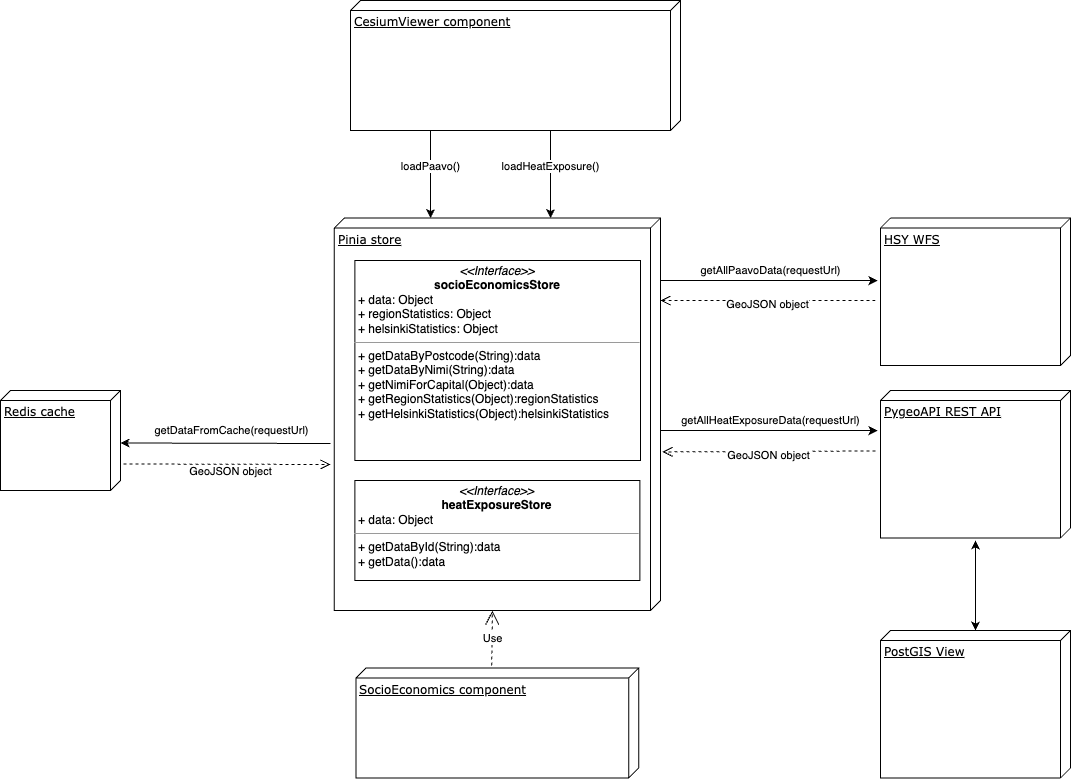
Before: docs/SocioEconomicsChart/SocioEconomics component diagram.png, a diagram exported from draw.io (ForumViriumHelsinki/R4C-Cesium-Viewer). Source tidied: cells renumbered, new cells last; positions are measured from the earlier drawing's top-left corner, leaving out a move shared by most shapes. The source it was exported from:
```xml
<mxGraphModel>
  <root>
    <mxCell id="0" />
    <mxCell id="1" parent="0" />
    <mxCell id="2" value="HSY WFS" style="verticalAlign=top;align=left;spacingTop=8;spacingLeft=2;spacingRight=12;shape=cube;size=10;direction=south;fontStyle=4;html=1;rounded=0;shadow=0;comic=0;labelBackgroundColor=none;strokeWidth=1;fontFamily=Verdana;fontSize=12;" parent="1" vertex="1">
      <mxGeometry x="880" y="217.5" width="190" height="147.5" as="geometry" />
    </mxCell>
    <mxCell id="3" value="CesiumViewer component" style="verticalAlign=top;align=left;spacingTop=8;spacingLeft=2;spacingRight=12;shape=cube;size=10;direction=south;fontStyle=4;html=1;rounded=0;shadow=0;comic=0;labelBackgroundColor=none;strokeWidth=1;fontFamily=Verdana;fontSize=12;" parent="1" vertex="1">
      <mxGeometry x="350" width="330" height="130" as="geometry" />
    </mxCell>
    <mxCell id="4" value="Pinia store" style="verticalAlign=top;align=left;spacingTop=8;spacingLeft=2;spacingRight=12;shape=cube;size=10;direction=south;fontStyle=4;html=1;rounded=0;shadow=0;comic=0;labelBackgroundColor=none;strokeWidth=1;fontFamily=Verdana;fontSize=12;" parent="1" vertex="1">
      <mxGeometry x="333.8" y="217.5" width="326.2" height="392.5" as="geometry" />
    </mxCell>
    <mxCell id="5" value="Redis cache" style="verticalAlign=top;align=left;spacingTop=8;spacingLeft=2;spacingRight=12;shape=cube;size=10;direction=south;fontStyle=4;html=1;rounded=0;shadow=0;comic=0;labelBackgroundColor=none;strokeWidth=1;fontFamily=Verdana;fontSize=12;" parent="1" vertex="1">
      <mxGeometry y="390" width="120" height="100" as="geometry" />
    </mxCell>
    <mxCell id="6" value="&lt;p style=&quot;margin:0px;margin-top:4px;text-align:center;&quot;&gt;&lt;i&gt;&amp;lt;&amp;lt;Interface&amp;gt;&amp;gt;&lt;/i&gt;&lt;br&gt;&lt;/p&gt;&lt;div style=&quot;text-align: center;&quot;&gt;&lt;b&gt;socioEconomicsStore&lt;/b&gt;&lt;/div&gt;&lt;p style=&quot;margin:0px;margin-left:4px;&quot;&gt;+&amp;nbsp;data&lt;span style=&quot;background-color: initial;&quot;&gt;: Object&lt;/span&gt;&lt;/p&gt;&lt;p style=&quot;margin:0px;margin-left:4px;&quot;&gt;+&amp;nbsp;regionStatistics&lt;span style=&quot;background-color: initial;&quot;&gt;: Object&lt;/span&gt;&lt;/p&gt;&lt;p style=&quot;border-color: var(--border-color); margin: 0px 0px 0px 4px;&quot;&gt;+&amp;nbsp;helsinkiStatistics&lt;span style=&quot;background-color: initial;&quot;&gt;: Object&lt;/span&gt;&lt;/p&gt;&lt;hr size=&quot;1&quot;&gt;&lt;p style=&quot;margin:0px;margin-left:4px;&quot;&gt;+&amp;nbsp;getDataByPostcode&lt;span style=&quot;background-color: initial;&quot;&gt;(String):data&lt;/span&gt;&lt;/p&gt;&lt;p style=&quot;margin:0px;margin-left:4px;&quot;&gt;+&amp;nbsp;getDataByNimi&lt;span style=&quot;background-color: initial;&quot;&gt;(String):data&lt;/span&gt;&lt;/p&gt;&lt;p style=&quot;margin:0px;margin-left:4px;&quot;&gt;+&amp;nbsp;getNimiForCapital&lt;span style=&quot;background-color: initial;&quot;&gt;(Object):data&lt;/span&gt;&lt;/p&gt;&lt;p style=&quot;border-color: var(--border-color); margin: 0px 0px 0px 4px;&quot;&gt;+&amp;nbsp;getRegionStatistics&lt;span style=&quot;background-color: initial;&quot;&gt;(Object):&lt;/span&gt;regionStatistics&lt;/p&gt;&lt;p style=&quot;border-color: var(--border-color); margin: 0px 0px 0px 4px;&quot;&gt;+&amp;nbsp;getHelsinkiStatistics&lt;span style=&quot;background-color: initial;&quot;&gt;(Object):helsinkiStatistics&lt;/span&gt;&lt;/p&gt;&lt;div&gt;&lt;span style=&quot;border-color: var(--border-color); background-color: initial;&quot;&gt;&lt;br&gt;&lt;/span&gt;&lt;/div&gt;&lt;p style=&quot;margin:0px;margin-left:4px;&quot;&gt;&lt;span style=&quot;background-color: initial;&quot;&gt;&lt;br&gt;&lt;/span&gt;&lt;/p&gt;" style="verticalAlign=top;align=left;overflow=fill;fontSize=12;fontFamily=Helvetica;html=1;whiteSpace=wrap;" parent="1" vertex="1">
      <mxGeometry x="354.4" y="260" width="285.6" height="200" as="geometry" />
    </mxCell>
    <mxCell id="7" value="SocioEconomics component" style="verticalAlign=top;align=left;spacingTop=8;spacingLeft=2;spacingRight=12;shape=cube;size=10;direction=south;fontStyle=4;html=1;rounded=0;shadow=0;comic=0;labelBackgroundColor=none;strokeWidth=1;fontFamily=Verdana;fontSize=12;" parent="1" vertex="1">
      <mxGeometry x="355.5" y="667.5" width="282.8" height="110" as="geometry" />
    </mxCell>
    <mxCell id="8" value="PygeoAPI REST API" style="verticalAlign=top;align=left;spacingTop=8;spacingLeft=2;spacingRight=12;shape=cube;size=10;direction=south;fontStyle=4;html=1;rounded=0;shadow=0;comic=0;labelBackgroundColor=none;strokeWidth=1;fontFamily=Verdana;fontSize=12;" parent="1" vertex="1">
      <mxGeometry x="880" y="390" width="190" height="147.5" as="geometry" />
    </mxCell>
    <mxCell id="9" value="PostGIS View" style="verticalAlign=top;align=left;spacingTop=8;spacingLeft=2;spacingRight=12;shape=cube;size=10;direction=south;fontStyle=4;html=1;rounded=0;shadow=0;comic=0;labelBackgroundColor=none;strokeWidth=1;fontFamily=Verdana;fontSize=12;" parent="1" vertex="1">
      <mxGeometry x="880" y="630" width="190" height="147.5" as="geometry" />
    </mxCell>
    <mxCell id="10" style="endArrow=classic;startArrow=classic;html=1;rounded=0;" parent="1" edge="1">
      <mxGeometry relative="1" as="geometry">
        <mxPoint x="975" y="630" as="sourcePoint" />
        <mxPoint x="975" y="540" as="targetPoint" />
      </mxGeometry>
    </mxCell>
    <mxCell id="11" value="&lt;p style=&quot;margin:0px;margin-top:4px;text-align:center;&quot;&gt;&lt;i&gt;&amp;lt;&amp;lt;Interface&amp;gt;&amp;gt;&lt;/i&gt;&lt;br&gt;&lt;/p&gt;&lt;div style=&quot;text-align: center;&quot;&gt;&lt;b&gt;heatExposureStore&lt;/b&gt;&lt;/div&gt;&lt;p style=&quot;margin:0px;margin-left:4px;&quot;&gt;+&amp;nbsp;data&lt;span style=&quot;background-color: initial;&quot;&gt;: Object&lt;/span&gt;&lt;/p&gt;&lt;hr size=&quot;1&quot;&gt;&lt;p style=&quot;margin:0px;margin-left:4px;&quot;&gt;+&amp;nbsp;getDataById&lt;span style=&quot;background-color: initial;&quot;&gt;(String):data&lt;/span&gt;&lt;/p&gt;&lt;p style=&quot;margin:0px;margin-left:4px;&quot;&gt;+&amp;nbsp;getData&lt;span style=&quot;background-color: initial;&quot;&gt;():data&lt;/span&gt;&lt;/p&gt;&lt;p style=&quot;margin:0px;margin-left:4px;&quot;&gt;&lt;br&gt;&lt;/p&gt;&lt;p style=&quot;margin:0px;margin-left:4px;&quot;&gt;&lt;span style=&quot;background-color: initial;&quot;&gt;&lt;br&gt;&lt;/span&gt;&lt;/p&gt;" style="verticalAlign=top;align=left;overflow=fill;fontSize=12;fontFamily=Helvetica;html=1;whiteSpace=wrap;" parent="1" vertex="1">
      <mxGeometry x="354.4" y="480" width="285" height="100" as="geometry" />
    </mxCell>
    <mxCell id="12" style="endArrow=classic;html=1;rounded=0;" parent="1" edge="1">
      <mxGeometry relative="1" as="geometry">
        <mxPoint x="430" y="130" as="sourcePoint" />
        <mxPoint x="430" y="217.5" as="targetPoint" />
      </mxGeometry>
    </mxCell>
    <mxCell id="13" value="loadPaavo()&lt;br&gt;" style="edgeLabel;html=1;align=center;verticalAlign=middle;" parent="12" vertex="1">
      <mxGeometry x="-0.19" relative="1" as="geometry">
        <mxPoint x="-1" as="offset" />
      </mxGeometry>
    </mxCell>
    <mxCell id="14" style="endArrow=classic;html=1;rounded=0;" parent="1" edge="1">
      <mxGeometry relative="1" as="geometry">
        <mxPoint x="550" y="130" as="sourcePoint" />
        <mxPoint x="550" y="217.5" as="targetPoint" />
      </mxGeometry>
    </mxCell>
    <mxCell id="15" value="loadHeatExposure()" style="edgeLabel;html=1;align=center;verticalAlign=middle;" parent="14" vertex="1">
      <mxGeometry x="-0.19" relative="1" as="geometry">
        <mxPoint x="-1" as="offset" />
      </mxGeometry>
    </mxCell>
    <mxCell id="16" style="endArrow=classic;html=1;rounded=0;exitX=0;exitY=0;exitDx=191.25;exitDy=0;exitPerimeter=0;" parent="1" edge="1">
      <mxGeometry relative="1" as="geometry">
        <mxPoint x="660" y="430" as="sourcePoint" />
        <mxPoint x="877" y="430.1" as="targetPoint" />
      </mxGeometry>
    </mxCell>
    <mxCell id="17" value="getAllHeatExposureData(requestUrl)" style="edgeLabel;html=1;align=center;verticalAlign=middle;" parent="16" vertex="1">
      <mxGeometry x="-0.19" relative="1" as="geometry">
        <mxPoint x="22" y="-11" as="offset" />
      </mxGeometry>
    </mxCell>
    <mxCell id="18" value="GeoJSON object" style="html=1;verticalAlign=bottom;endArrow=open;dashed=1;endSize=8;curved=0;rounded=0;exitX=0.41;exitY=1.026;exitDx=0;exitDy=0;exitPerimeter=0;entryX=0.596;entryY=-0.006;entryDx=0;entryDy=0;entryPerimeter=0;" parent="1" edge="1" source="8" target="4">
      <mxGeometry y="13" relative="1" as="geometry" />
    </mxCell>
    <mxCell id="19" value="GeoJSON object" style="html=1;verticalAlign=bottom;endArrow=open;dashed=1;endSize=8;curved=0;rounded=0;exitX=0.41;exitY=1.026;exitDx=0;exitDy=0;exitPerimeter=0;" parent="1" edge="1">
      <mxGeometry y="13" relative="1" as="geometry">
        <mxPoint x="875" y="300" as="sourcePoint" />
        <mxPoint x="660" y="300" as="targetPoint" />
      </mxGeometry>
    </mxCell>
    <mxCell id="20" style="endArrow=classic;html=1;rounded=0;exitX=0;exitY=0;exitDx=191.25;exitDy=0;exitPerimeter=0;" parent="1" edge="1">
      <mxGeometry relative="1" as="geometry">
        <mxPoint x="660" y="280" as="sourcePoint" />
        <mxPoint x="877" y="280.1" as="targetPoint" />
      </mxGeometry>
    </mxCell>
    <mxCell id="21" value="getAllPaavoData(requestUrl)" style="edgeLabel;html=1;align=center;verticalAlign=middle;" parent="20" vertex="1">
      <mxGeometry x="-0.19" relative="1" as="geometry">
        <mxPoint x="22" y="-11" as="offset" />
      </mxGeometry>
    </mxCell>
    <mxCell id="22" value="GeoJSON object" style="html=1;verticalAlign=bottom;endArrow=open;dashed=1;endSize=8;curved=0;rounded=0;exitX=0.735;exitY=-0.025;exitDx=0;exitDy=0;exitPerimeter=0;" parent="1" edge="1" source="5">
      <mxGeometry x="0.03" y="-16" relative="1" as="geometry">
        <mxPoint x="330" y="464" as="targetPoint" />
      </mxGeometry>
    </mxCell>
    <mxCell id="23" style="endArrow=classic;html=1;rounded=0;entryX=0.55;entryY=-0.017;entryDx=0;entryDy=0;entryPerimeter=0;" parent="1" edge="1">
      <mxGeometry relative="1" as="geometry">
        <mxPoint x="330" y="443" as="sourcePoint" />
        <mxPoint x="120" y="442.5" as="targetPoint" />
      </mxGeometry>
    </mxCell>
    <mxCell id="24" value="getDataFromCache(requestUrl)" style="edgeLabel;html=1;align=center;verticalAlign=middle;" parent="23" vertex="1">
      <mxGeometry x="-0.19" relative="1" as="geometry">
        <mxPoint x="-15" y="-13" as="offset" />
      </mxGeometry>
    </mxCell>
    <mxCell id="25" value="Use" style="endArrow=open;endSize=12;dashed=1;html=1;rounded=0;entryX=0;entryY=0;entryDx=392.5;entryDy=168.125;entryPerimeter=0;exitX=-0.023;exitY=0.52;exitDx=0;exitDy=0;exitPerimeter=0;" parent="1" edge="1" source="7" target="4">
      <mxGeometry relative="1" as="geometry" />
    </mxCell>
  </root>
</mxGraphModel>
```
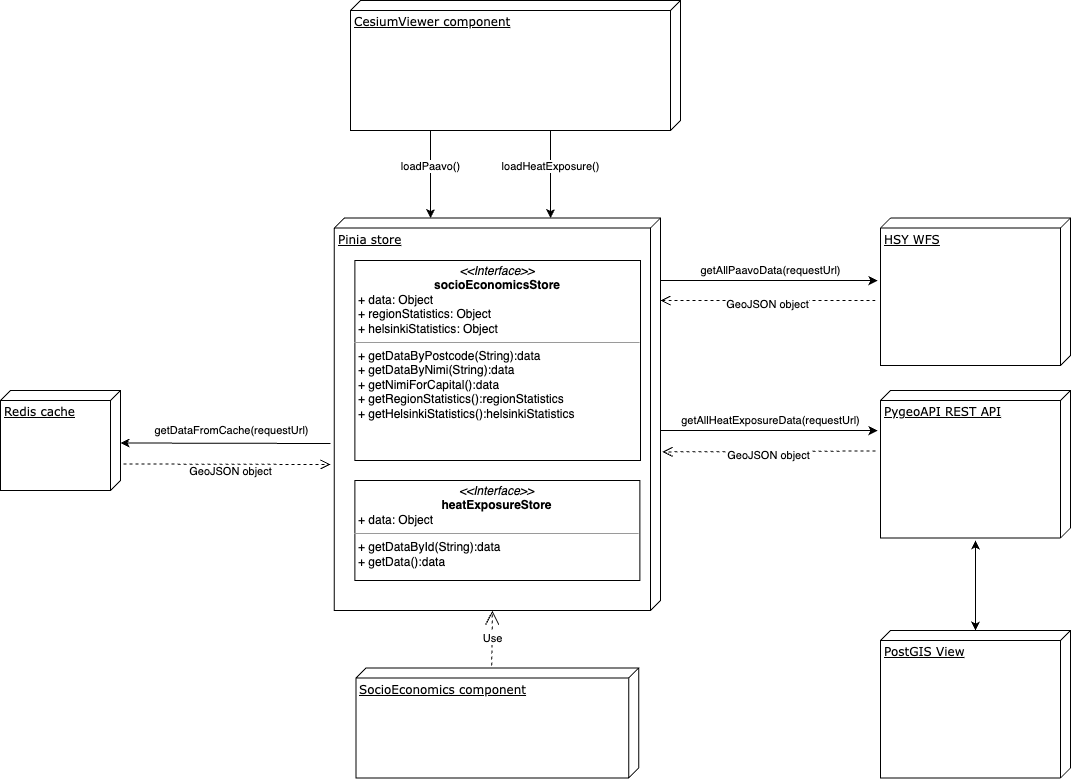
After the change.

Commit message:
updated building level diagram functionality and added state for views

Diff of the diagram source:
```diff
@@ -14,7 +14,7 @@
     <mxCell id="5" value="Redis cache" style="verticalAlign=top;align=left;spacingTop=8;spacingLeft=2;spacingRight=12;shape=cube;size=10;direction=south;fontStyle=4;html=1;rounded=0;shadow=0;comic=0;labelBackgroundColor=none;strokeWidth=1;fontFamily=Verdana;fontSize=12;" parent="1" vertex="1">
       <mxGeometry y="390" width="120" height="100" as="geometry" />
     </mxCell>
-    <mxCell id="6" value="&lt;p style=&quot;margin:0px;margin-top:4px;text-align:center;&quot;&gt;&lt;i&gt;&amp;lt;&amp;lt;Interface&amp;gt;&amp;gt;&lt;/i&gt;&lt;br&gt;&lt;/p&gt;&lt;div style=&quot;text-align: center;&quot;&gt;&lt;b&gt;socioEconomicsStore&lt;/b&gt;&lt;/div&gt;&lt;p style=&quot;margin:0px;margin-left:4px;&quot;&gt;+&amp;nbsp;data&lt;span style=&quot;background-color: initial;&quot;&gt;: Object&lt;/span&gt;&lt;/p&gt;&lt;p style=&quot;margin:0px;margin-left:4px;&quot;&gt;+&amp;nbsp;regionStatistics&lt;span style=&quot;background-color: initial;&quot;&gt;: Object&lt;/span&gt;&lt;/p&gt;&lt;p style=&quot;border-color: var(--border-color); margin: 0px 0px 0px 4px;&quot;&gt;+&amp;nbsp;helsinkiStatistics&lt;span style=&quot;background-color: initial;&quot;&gt;: Object&lt;/span&gt;&lt;/p&gt;&lt;hr size=&quot;1&quot;&gt;&lt;p style=&quot;margin:0px;margin-left:4px;&quot;&gt;+&amp;nbsp;getDataByPostcode&lt;span style=&quot;background-color: initial;&quot;&gt;(String):data&lt;/span&gt;&lt;/p&gt;&lt;p style=&quot;margin:0px;margin-left:4px;&quot;&gt;+&amp;nbsp;getDataByNimi&lt;span style=&quot;background-color: initial;&quot;&gt;(String):data&lt;/span&gt;&lt;/p&gt;&lt;p style=&quot;margin:0px;margin-left:4px;&quot;&gt;+&amp;nbsp;getNimiForCapital&lt;span style=&quot;background-color: initial;&quot;&gt;(Object):data&lt;/span&gt;&lt;/p&gt;&lt;p style=&quot;border-color: var(--border-color); margin: 0px 0px 0px 4px;&quot;&gt;+&amp;nbsp;getRegionStatistics&lt;span style=&quot;background-color: initial;&quot;&gt;(Object):&lt;/span&gt;regionStatistics&lt;/p&gt;&lt;p style=&quot;border-color: var(--border-color); margin: 0px 0px 0px 4px;&quot;&gt;+&amp;nbsp;getHelsinkiStatistics&lt;span style=&quot;background-color: initial;&quot;&gt;(Object):helsinkiStatistics&lt;/span&gt;&lt;/p&gt;&lt;div&gt;&lt;span style=&quot;border-color: var(--border-color); background-color: initial;&quot;&gt;&lt;br&gt;&lt;/span&gt;&lt;/div&gt;&lt;p style=&quot;margin:0px;margin-left:4px;&quot;&gt;&lt;span style=&quot;background-color: initial;&quot;&gt;&lt;br&gt;&lt;/span&gt;&lt;/p&gt;" style="verticalAlign=top;align=left;overflow=fill;fontSize=12;fontFamily=Helvetica;html=1;whiteSpace=wrap;" parent="1" vertex="1">
+    <mxCell id="6" value="&lt;p style=&quot;margin:0px;margin-top:4px;text-align:center;&quot;&gt;&lt;i&gt;&amp;lt;&amp;lt;Interface&amp;gt;&amp;gt;&lt;/i&gt;&lt;br&gt;&lt;/p&gt;&lt;div style=&quot;text-align: center;&quot;&gt;&lt;b&gt;socioEconomicsStore&lt;/b&gt;&lt;/div&gt;&lt;p style=&quot;margin:0px;margin-left:4px;&quot;&gt;+&amp;nbsp;data&lt;span style=&quot;background-color: initial;&quot;&gt;: Object&lt;/span&gt;&lt;/p&gt;&lt;p style=&quot;margin:0px;margin-left:4px;&quot;&gt;+&amp;nbsp;regionStatistics&lt;span style=&quot;background-color: initial;&quot;&gt;: Object&lt;/span&gt;&lt;/p&gt;&lt;p style=&quot;border-color: var(--border-color); margin: 0px 0px 0px 4px;&quot;&gt;+&amp;nbsp;helsinkiStatistics&lt;span style=&quot;background-color: initial;&quot;&gt;: Object&lt;/span&gt;&lt;/p&gt;&lt;hr size=&quot;1&quot;&gt;&lt;p style=&quot;margin:0px;margin-left:4px;&quot;&gt;+&amp;nbsp;getDataByPostcode&lt;span style=&quot;background-color: initial;&quot;&gt;(String):data&lt;/span&gt;&lt;/p&gt;&lt;p style=&quot;margin:0px;margin-left:4px;&quot;&gt;+&amp;nbsp;getDataByNimi&lt;span style=&quot;background-color: initial;&quot;&gt;(String):data&lt;/span&gt;&lt;/p&gt;&lt;p style=&quot;margin:0px;margin-left:4px;&quot;&gt;+&amp;nbsp;getNimiForCapital&lt;span style=&quot;background-color: initial;&quot;&gt;():data&lt;/span&gt;&lt;/p&gt;&lt;p style=&quot;border-color: var(--border-color); margin: 0px 0px 0px 4px;&quot;&gt;+&amp;nbsp;getRegionStatistics&lt;span style=&quot;background-color: initial;&quot;&gt;():&lt;/span&gt;regionStatistics&lt;/p&gt;&lt;p style=&quot;border-color: var(--border-color); margin: 0px 0px 0px 4px;&quot;&gt;+&amp;nbsp;getHelsinkiStatistics&lt;span style=&quot;background-color: initial;&quot;&gt;():helsinkiStatistics&lt;/span&gt;&lt;/p&gt;&lt;div&gt;&lt;span style=&quot;border-color: var(--border-color); background-color: initial;&quot;&gt;&lt;br&gt;&lt;/span&gt;&lt;/div&gt;&lt;p style=&quot;margin:0px;margin-left:4px;&quot;&gt;&lt;span style=&quot;background-color: initial;&quot;&gt;&lt;br&gt;&lt;/span&gt;&lt;/p&gt;" style="verticalAlign=top;align=left;overflow=fill;fontSize=12;fontFamily=Helvetica;html=1;whiteSpace=wrap;" parent="1" vertex="1">
       <mxGeometry x="354.4" y="260" width="285.6" height="200" as="geometry" />
     </mxCell>
     <mxCell id="7" value="SocioEconomics component" style="verticalAlign=top;align=left;spacingTop=8;spacingLeft=2;spacingRight=12;shape=cube;size=10;direction=south;fontStyle=4;html=1;rounded=0;shadow=0;comic=0;labelBackgroundColor=none;strokeWidth=1;fontFamily=Verdana;fontSize=12;" parent="1" vertex="1">
```
